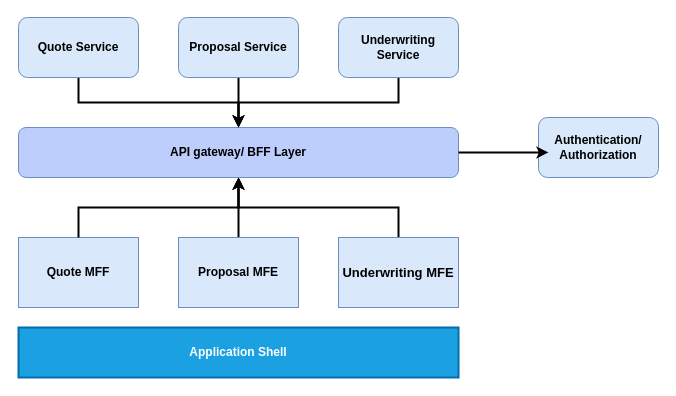
Above: page "Page-4" (4 of 7) of src/Untitled Diagram.drawio in vnshtiwari/root-config (draw.io), before the change. Source tidied: cells renumbered, new cells numbered last; positions are measured from the earlier drawing's top-left corner, leaving out a move shared by most shapes. Both pictures are drawn from the tidied source at 100%, with x=0, y=0 at pixel (18, 17).
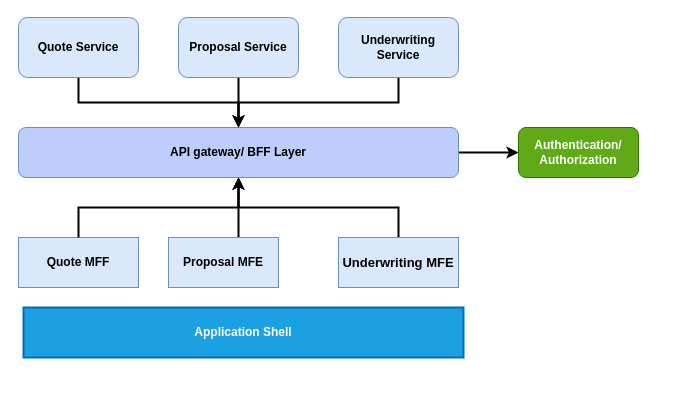
The same diagram, later.

The change refers to these unchanged cells:
```xml
<mxCell id="8" value="&lt;font style=&quot;font-size: 12px;&quot;&gt;&lt;b&gt;API gateway/ BFF Layer&lt;/b&gt;&lt;/font&gt;" style="rounded=1;whiteSpace=wrap;html=1;strokeWidth=1;fillColor=#BDCEFC;strokeColor=#6c8ebf;" parent="1" vertex="1">
  <mxGeometry y="110" width="440" height="50" as="geometry" />
</mxCell>
```

Change to the diagram source:
```diff
@@
     <mxCell id="2" value="&lt;font style=&quot;font-size: 12px;&quot;&gt;&lt;b&gt;Application Shell&lt;/b&gt;&lt;/font&gt;" style="rounded=0;whiteSpace=wrap;html=1;fillColor=#1ba1e2;strokeColor=#006EAF;fontColor=#ffffff;strokeWidth=2;" parent="1" vertex="1">
-      <mxGeometry y="310" width="440" height="50" as="geometry" />
+      <mxGeometry x="5" y="290" width="440" height="50" as="geometry" />
     </mxCell>
     <mxCell id="3" value="&lt;font style=&quot;font-size: 12px;&quot;&gt;&lt;b&gt;Quote MFF&lt;/b&gt;&lt;/font&gt;" style="rounded=0;whiteSpace=wrap;html=1;strokeWidth=1;fillColor=#dae8fc;strokeColor=#6c8ebf;" parent="1" vertex="1">
-      <mxGeometry y="220" width="120" height="70" as="geometry" />
+      <mxGeometry y="220" width="120" height="50" as="geometry" />
     </mxCell>
     <mxCell id="4" style="edgeStyle=orthogonalEdgeStyle;rounded=0;jettySize=auto;html=1;entryX=0.5;entryY=1;entryDx=0;entryDy=0;strokeWidth=2;" parent="1" edge="1" source="5" target="8">
-      <mxGeometry relative="1" as="geometry" />
+      <mxGeometry relative="1" as="geometry">
+        <Array as="points">
+          <mxPoint x="220" y="210" />
+          <mxPoint x="220" y="210" />
+        </Array>
+      </mxGeometry>
     </mxCell>
     <mxCell id="5" value="&lt;font style=&quot;font-size: 12px;&quot;&gt;&lt;b&gt;Proposal MFE&lt;/b&gt;&lt;/font&gt;" style="rounded=0;whiteSpace=wrap;html=1;strokeWidth=1;fillColor=#dae8fc;strokeColor=#6c8ebf;" parent="1" vertex="1">
-      <mxGeometry x="160" y="220" width="120" height="70" as="geometry" />
+      <mxGeometry x="150" y="220" width="110" height="50" as="geometry" />
     </mxCell>
@@
     <mxCell id="7" value="&lt;font style=&quot;font-size: 13px;&quot;&gt;&lt;b&gt;Underwriting MFE&lt;/b&gt;&lt;/font&gt;" style="rounded=0;whiteSpace=wrap;html=1;strokeWidth=1;fillColor=#dae8fc;strokeColor=#6c8ebf;" parent="1" vertex="1">
-      <mxGeometry x="320" y="220" width="120" height="70" as="geometry" />
+      <mxGeometry x="320" y="220" width="120" height="50" as="geometry" />
     </mxCell>
+    <mxCell id="16" style="edgeStyle=orthogonalEdgeStyle;rounded=0;jettySize=auto;html=1;entryX=0;entryY=0.5;entryDx=0;entryDy=0;strokeWidth=2;" parent="1" edge="1" source="8" target="15">
+      <mxGeometry relative="1" as="geometry" />
+    </mxCell>
@@
-    <mxCell id="15" value="&lt;font style=&quot;font-size: 12px;&quot;&gt;&lt;b&gt;Authentication/&lt;br&gt;Authorization&lt;/b&gt;&lt;/font&gt;" style="rounded=1;whiteSpace=wrap;html=1;strokeWidth=1;fillColor=#dae8fc;strokeColor=#6c8ebf;" parent="1" vertex="1">
-      <mxGeometry x="520" y="100" width="120" height="60" as="geometry" />
+    <mxCell id="15" value="&lt;font style=&quot;font-size: 12px;&quot;&gt;&lt;b&gt;Authentication/&lt;br&gt;Authorization&lt;/b&gt;&lt;/font&gt;" style="rounded=1;whiteSpace=wrap;html=1;strokeWidth=1;fillColor=#60a917;strokeColor=#2D7600;fontColor=#ffffff;" parent="1" vertex="1">
+      <mxGeometry x="500" y="110" width="120" height="50" as="geometry" />
     </mxCell>
-    <mxCell id="16" style="edgeStyle=orthogonalEdgeStyle;rounded=0;jettySize=auto;html=1;entryX=0.083;entryY=0.583;entryDx=0;entryDy=0;entryPerimeter=0;strokeWidth=2;" parent="1" edge="1" source="8" target="15">
-      <mxGeometry relative="1" as="geometry" />
-    </mxCell>
```
